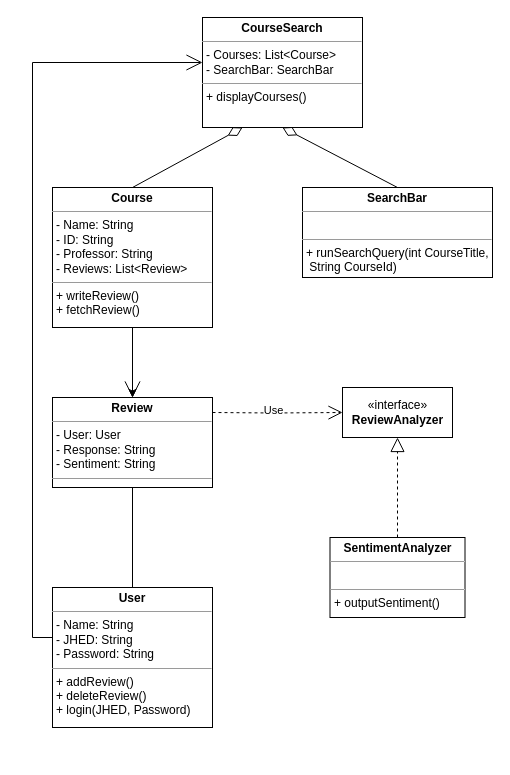
Above: docs/design/class_diagram1.drawio in echua3/course-sentiment-analyzer (draw.io), before the change. Source tidied: cells renumbered, new cells numbered last; positions are measured from the earlier drawing's top-left corner, leaving out a move shared by most shapes. Both pictures are drawn from the tidied source at 100%, with x=0, y=0 at pixel (32, 17).
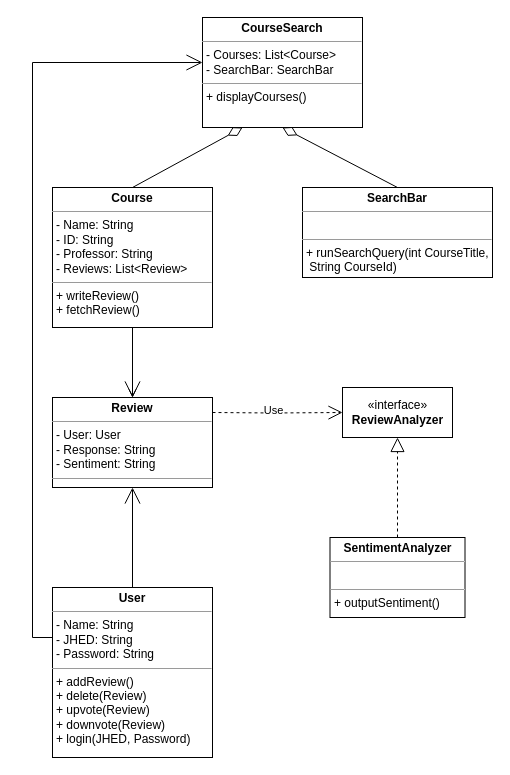
After the change.

Commit message:
arrow to review from user, upvote and downvote

Unchanged cells that the change refers to:
```xml
<mxCell id="5" value="&lt;p style=&quot;margin:0px;margin-top:4px;text-align:center;&quot;&gt;&lt;b&gt;Course&lt;/b&gt;&lt;/p&gt;&lt;hr size=&quot;1&quot;&gt;&lt;p style=&quot;margin:0px;margin-left:4px;&quot;&gt;- Name: String&lt;/p&gt;&lt;p style=&quot;margin:0px;margin-left:4px;&quot;&gt;- ID: String&lt;/p&gt;&lt;p style=&quot;margin:0px;margin-left:4px;&quot;&gt;- Professor: String&lt;/p&gt;&lt;p style=&quot;margin:0px;margin-left:4px;&quot;&gt;- Reviews: List&amp;lt;Review&amp;gt;&lt;/p&gt;&lt;hr size=&quot;1&quot;&gt;&lt;p style=&quot;margin:0px;margin-left:4px;&quot;&gt;+ writeReview()&lt;/p&gt;&lt;p style=&quot;margin:0px;margin-left:4px;&quot;&gt;+ fetchReview()&lt;/p&gt;&lt;p style=&quot;margin:0px;margin-left:4px;&quot;&gt;&lt;br&gt;&lt;/p&gt;" style="verticalAlign=top;align=left;overflow=fill;fontSize=12;fontFamily=Helvetica;html=1;" parent="1" vertex="1">
  <mxGeometry x="20" y="170" width="160" height="140" as="geometry" />
</mxCell>
<mxCell id="7" value="&lt;p style=&quot;margin:0px;margin-top:4px;text-align:center;&quot;&gt;&lt;b&gt;Review&lt;/b&gt;&lt;/p&gt;&lt;hr size=&quot;1&quot;&gt;&lt;p style=&quot;margin:0px;margin-left:4px;&quot;&gt;- User: User&lt;/p&gt;&lt;p style=&quot;margin:0px;margin-left:4px;&quot;&gt;- Response: String&lt;/p&gt;&lt;p style=&quot;margin:0px;margin-left:4px;&quot;&gt;- Sentiment: String&lt;/p&gt;&lt;hr size=&quot;1&quot;&gt;&lt;p style=&quot;margin:0px;margin-left:4px;&quot;&gt;&lt;br&gt;&lt;/p&gt;" style="verticalAlign=top;align=left;overflow=fill;fontSize=12;fontFamily=Helvetica;html=1;" parent="1" vertex="1">
  <mxGeometry x="20" y="380" width="160" height="90" as="geometry" />
</mxCell>
```

The edit, as a diff of the source:
```diff
@@
-    <mxCell id="4" style="edgeStyle=orthogonalEdgeStyle;rounded=0;jettySize=auto;html=1;" parent="1" edge="1" source="5" target="7">
+    <mxCell id="4" style="edgeStyle=orthogonalEdgeStyle;rounded=0;jettySize=auto;html=1;endArrow=open;endFill=0;" parent="1" edge="1" source="5" target="7">
       <mxGeometry relative="1" as="geometry" />
     </mxCell>
@@
-    <mxCell id="6" style="edgeStyle=none;rounded=0;jettySize=auto;html=1;exitX=0.5;exitY=1;exitDx=0;exitDy=0;entryX=0.5;entryY=0;entryDx=0;entryDy=0;startArrow=none;startFill=0;endArrow=none;endFill=0;startSize=14;endSize=14;sourcePerimeterSpacing=0;" parent="1" edge="1" source="7" target="9">
+    <mxCell id="6" style="edgeStyle=none;rounded=0;jettySize=auto;html=1;exitX=0.5;exitY=1;exitDx=0;exitDy=0;entryX=0.5;entryY=0;entryDx=0;entryDy=0;startArrow=open;startFill=0;endArrow=none;endFill=0;startSize=14;endSize=14;sourcePerimeterSpacing=0;" parent="1" edge="1" source="7" target="9">
       <mxGeometry relative="1" as="geometry" />
     </mxCell>
@@
-    <mxCell id="9" value="&lt;p style=&quot;margin:0px;margin-top:4px;text-align:center;&quot;&gt;&lt;b&gt;User&lt;/b&gt;&lt;/p&gt;&lt;hr size=&quot;1&quot;&gt;&lt;p style=&quot;margin:0px;margin-left:4px;&quot;&gt;- Name: String&lt;/p&gt;&lt;p style=&quot;margin:0px;margin-left:4px;&quot;&gt;- JHED: String&lt;br&gt;&lt;/p&gt;&lt;p style=&quot;margin:0px;margin-left:4px;&quot;&gt;- Password: String&lt;/p&gt;&lt;hr size=&quot;1&quot;&gt;&lt;p style=&quot;margin:0px;margin-left:4px;&quot;&gt;+ addReview()&lt;/p&gt;&lt;p style=&quot;margin:0px;margin-left:4px;&quot;&gt;+ deleteReview()&lt;/p&gt;&lt;p style=&quot;margin:0px;margin-left:4px;&quot;&gt;+ login(JHED, Password)&lt;/p&gt;" style="verticalAlign=top;align=left;overflow=fill;fontSize=12;fontFamily=Helvetica;html=1;" parent="1" vertex="1">
-      <mxGeometry x="20" y="570" width="160" height="140" as="geometry" />
+    <mxCell id="9" value="&lt;p style=&quot;margin:0px;margin-top:4px;text-align:center;&quot;&gt;&lt;b&gt;User&lt;/b&gt;&lt;/p&gt;&lt;hr size=&quot;1&quot;&gt;&lt;p style=&quot;margin:0px;margin-left:4px;&quot;&gt;- Name: String&lt;/p&gt;&lt;p style=&quot;margin:0px;margin-left:4px;&quot;&gt;- JHED: String&lt;br&gt;&lt;/p&gt;&lt;p style=&quot;margin:0px;margin-left:4px;&quot;&gt;- Password: String&lt;/p&gt;&lt;hr size=&quot;1&quot;&gt;&lt;p style=&quot;margin:0px;margin-left:4px;&quot;&gt;+ addReview()&lt;/p&gt;&lt;p style=&quot;margin:0px;margin-left:4px;&quot;&gt;+ delete(Review)&lt;/p&gt;&lt;p style=&quot;margin:0px;margin-left:4px;&quot;&gt;+ upvote(Review)&lt;/p&gt;&lt;p style=&quot;margin: 0px 0px 0px 4px;&quot;&gt;+ downvote(Review)&lt;/p&gt;&lt;p style=&quot;margin:0px;margin-left:4px;&quot;&gt;+ login(JHED, Password)&lt;/p&gt;" style="verticalAlign=top;align=left;overflow=fill;fontSize=12;fontFamily=Helvetica;html=1;" parent="1" vertex="1">
+      <mxGeometry x="20" y="570" width="160" height="170" as="geometry" />
     </mxCell>
```
